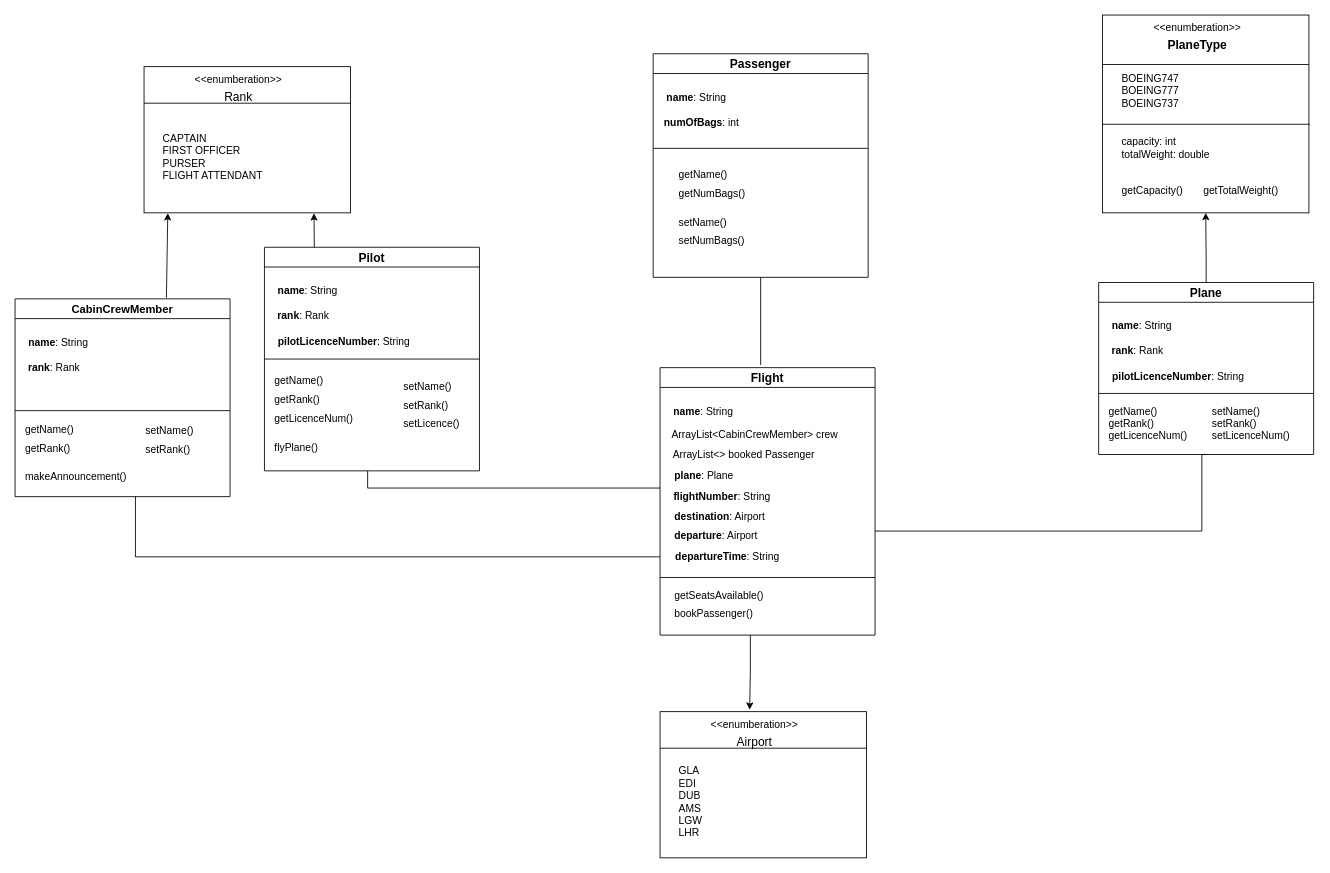
Above: javaair.drawio in emma-dougherty/JavaAir (draw.io), before the change. Source tidied: cells renumbered, new cells numbered last; positions are measured from the earlier drawing's top-left corner, leaving out a move shared by most shapes. Both pictures are drawn from the tidied source at 86%, with x=0, y=0 at pixel (15, 15).
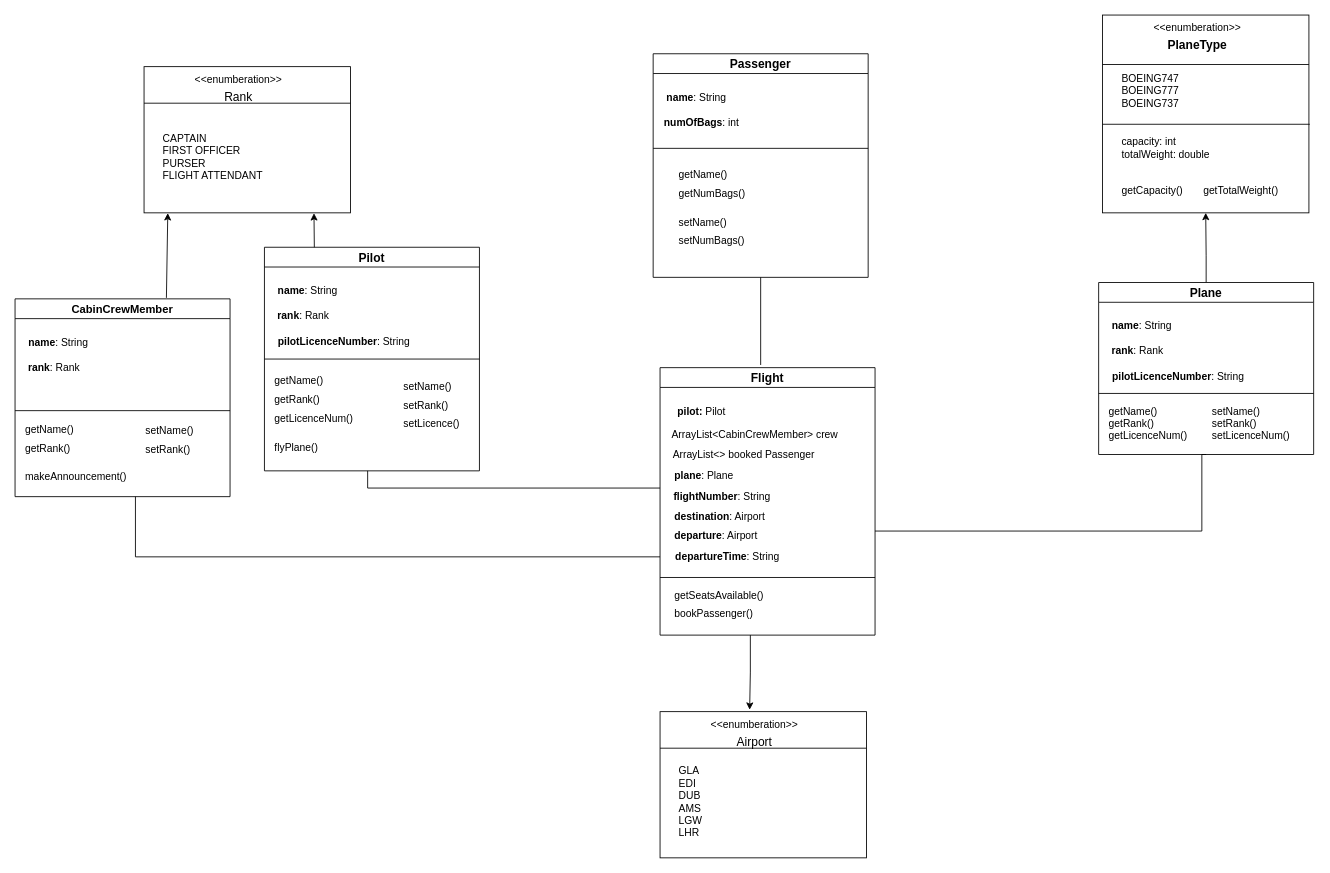
The same page after the edit.

The change refers to these unchanged cells:
```xml
<mxCell id="45" value="Flight" style="swimlane;fontSize=14;" parent="1" vertex="1">
  <mxGeometry x="750" y="410" width="250" height="311" as="geometry" />
</mxCell>
```

Change to the diagram source:
```diff
@@
-    <mxCell id="46" value="&lt;b&gt;name&lt;/b&gt;: String" style="text;html=1;align=center;verticalAlign=middle;strokeColor=none;fillColor=none;" parent="45" vertex="1">
-      <mxGeometry x="10" y="41" width="80" height="20" as="geometry" />
+    <mxCell id="46" value="&lt;b&gt;pilot: &lt;/b&gt;Pilot" style="text;html=1;align=center;verticalAlign=middle;strokeColor=none;fillColor=none;" parent="45" vertex="1">
+      <mxGeometry x="13" y="41" width="70" height="20" as="geometry" />
     </mxCell>
```
